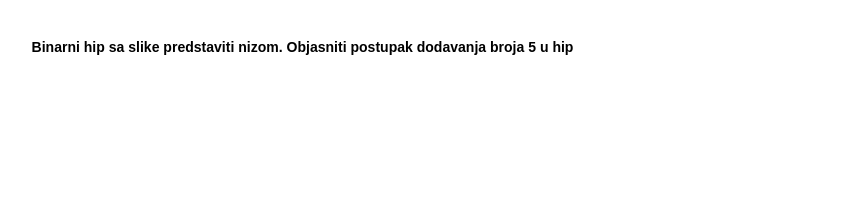
Earlier version of the draw.io diagram Jun 2023/8.drawio (Erten00/AISP). Source tidied: cells renumbered, new cells numbered last; positions are measured from the earlier drawing's top-left corner, leaving out a move shared by most shapes. Both pictures are drawn from the tidied source at 100%, with x=0, y=0 at pixel (17, 17).
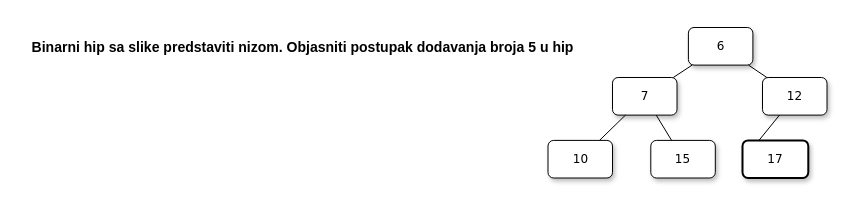
After the change.

Diff of the diagram source:
```diff
@@
 <mxGraphModel>
   <root>
     <mxCell id="0" />
     <mxCell id="1" parent="0" />
     <mxCell id="2" value="&lt;h3&gt;Binarni hip sa slike predstaviti nizom. Objasniti postupak dodavanja broja 5 u hip&lt;/h3&gt;" style="text;html=1;align=center;verticalAlign=middle;strokeColor=none;fillColor=none;" parent="1" vertex="1">
       <mxGeometry width="570" height="60" as="geometry" />
     </mxCell>
+    <mxCell id="3" value="6" style="whiteSpace=wrap;html=1;rounded=1;shadow=1;labelBackgroundColor=none;strokeWidth=1;fontFamily=Verdana;fontSize=12;align=center;" parent="1" vertex="1">
+      <mxGeometry x="670.9" y="10" width="64.5" height="37.6" as="geometry" />
+    </mxCell>
+    <mxCell id="4" value="&lt;span&gt;7&lt;/span&gt;" style="whiteSpace=wrap;html=1;rounded=1;shadow=1;labelBackgroundColor=none;strokeWidth=1;fontFamily=Verdana;fontSize=12;align=center;" parent="1" vertex="1">
+      <mxGeometry x="595" y="60" width="64.5" height="37.6" as="geometry" />
+    </mxCell>
+    <mxCell id="5" value="&lt;span&gt;12&lt;/span&gt;" style="whiteSpace=wrap;html=1;rounded=1;shadow=1;labelBackgroundColor=none;strokeWidth=1;fontFamily=Verdana;fontSize=12;align=center;" parent="1" vertex="1">
+      <mxGeometry x="745" y="60" width="64.5" height="37.6" as="geometry" />
+    </mxCell>
+    <mxCell id="6" style="rounded=0;html=1;labelBackgroundColor=none;startArrow=none;startFill=0;startSize=5;endArrow=none;endFill=0;endSize=5;jettySize=auto;strokeWidth=1;fontFamily=Verdana;fontSize=12;" parent="1" edge="1" source="3" target="5">
+      <mxGeometry x="-0.3" y="13" relative="1" as="geometry" />
+    </mxCell>
+    <mxCell id="7" style="rounded=0;html=1;labelBackgroundColor=none;startArrow=none;startFill=0;startSize=5;endArrow=none;endFill=0;endSize=5;jettySize=auto;strokeWidth=1;fontFamily=Verdana;fontSize=12;" parent="1" edge="1" source="3" target="4">
+      <mxGeometry x="-0.36" y="-11" relative="1" as="geometry" />
+    </mxCell>
+    <mxCell id="8" value="&lt;span&gt;10&lt;/span&gt;" style="whiteSpace=wrap;html=1;rounded=1;shadow=1;labelBackgroundColor=none;strokeWidth=1;fontFamily=Verdana;fontSize=12;align=center;" parent="1" vertex="1">
+      <mxGeometry x="530.5" y="122.9" width="64.5" height="37.6" as="geometry" />
+    </mxCell>
+    <mxCell id="9" value="&lt;span&gt;15&lt;/span&gt;" style="whiteSpace=wrap;html=1;rounded=1;shadow=1;labelBackgroundColor=none;strokeWidth=1;fontFamily=Verdana;fontSize=12;align=center;" parent="1" vertex="1">
+      <mxGeometry x="633.3" y="122.9" width="64.5" height="37.6" as="geometry" />
+    </mxCell>
+    <mxCell id="10" value="17" style="whiteSpace=wrap;html=1;rounded=1;shadow=1;labelBackgroundColor=none;strokeWidth=2;fontFamily=Verdana;fontSize=12;align=center;" parent="1" vertex="1">
+      <mxGeometry x="725" y="122.9" width="65.8" height="37.6" as="geometry" />
+    </mxCell>
+    <mxCell id="11" style="rounded=0;html=1;labelBackgroundColor=none;startArrow=none;startFill=0;startSize=5;endArrow=none;endFill=0;endSize=5;jettySize=auto;strokeWidth=1;fontFamily=Verdana;fontSize=12;" parent="1" edge="1" source="4" target="8">
+      <mxGeometry x="-0.05" y="-15" relative="1" as="geometry" />
+    </mxCell>
+    <mxCell id="12" style="rounded=0;html=1;labelBackgroundColor=none;startArrow=none;startFill=0;startSize=5;endArrow=none;endFill=0;endSize=5;jettySize=auto;strokeWidth=1;fontFamily=Verdana;fontSize=12;" parent="1" edge="1" source="4" target="9">
+      <mxGeometry x="-0.2" y="14" relative="1" as="geometry" />
+    </mxCell>
+    <mxCell id="13" style="rounded=0;html=1;labelBackgroundColor=none;startArrow=none;startFill=0;startSize=5;endArrow=none;endFill=0;endSize=5;jettySize=auto;strokeWidth=1;fontFamily=Verdana;fontSize=12;entryX=0.25;entryY=0;entryDx=0;entryDy=0;" parent="1" edge="1" source="5" target="10">
+      <mxGeometry x="-0.26" y="-13" relative="1" as="geometry" />
+    </mxCell>
   </root>
 </mxGraphModel>
```
